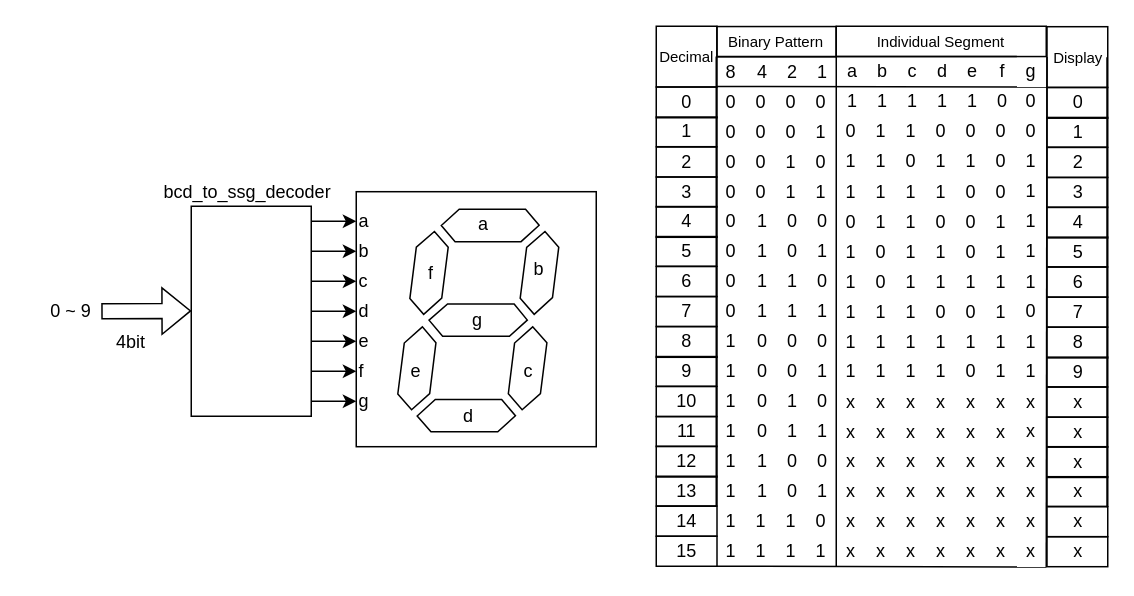
Before: page "figure_14" (14 of 25) of assets/images/2021-12-21-verilogHDL_chapter3_combinational_logic/시스템_반도체_설계_3장.drawio in ParkDongho/ParkDongho.github.io, a draw.io diagram. Source tidied: cells renumbered, new cells numbered last; positions are measured from the earlier drawing's top-left corner, leaving out a move shared by most shapes. Both pictures are drawn from the tidied source at 150%, with x=0, y=0 at pixel (26, 26).
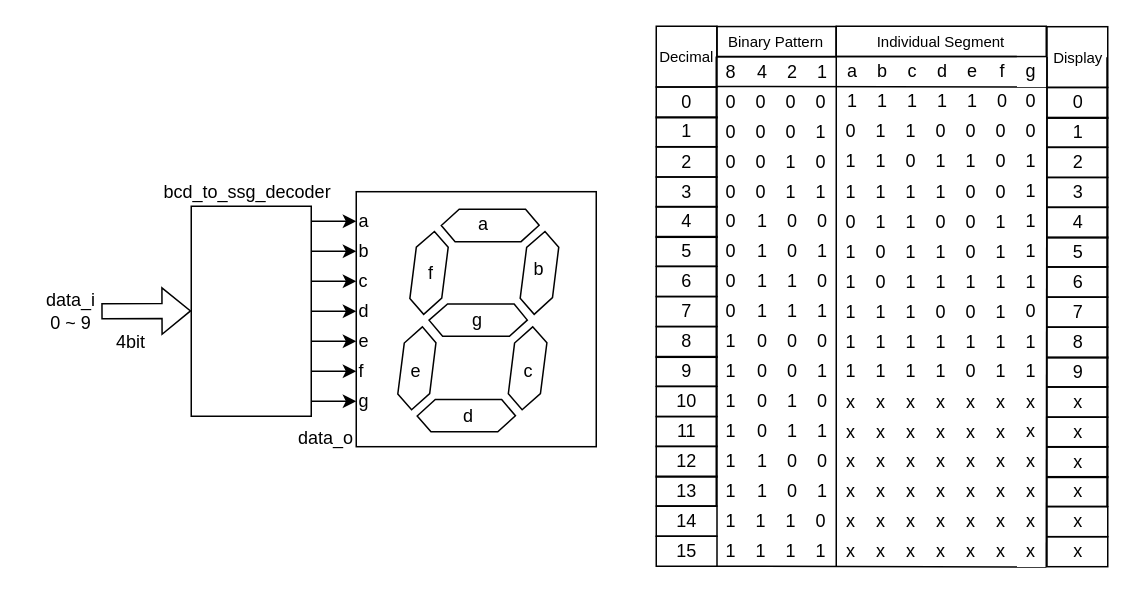
Above is the later version.

The edit, as a diff of the source:
```diff
@@
-    <mxCell id="4" value="0 ~ 9" style="text;html=1;strokeColor=none;fillColor=none;align=center;verticalAlign=middle;whiteSpace=wrap;rounded=0;" parent="1" vertex="1">
+    <mxCell id="4" value="data_i&lt;br&gt;0 ~ 9" style="text;html=1;strokeColor=none;fillColor=none;align=center;verticalAlign=middle;whiteSpace=wrap;rounded=0;" parent="1" vertex="1">
       <mxGeometry y="175" width="60" height="30" as="geometry" />
     </mxCell>
@@
+    <mxCell id="262" value="data_o" style="text;html=1;strokeColor=none;fillColor=none;align=center;verticalAlign=middle;whiteSpace=wrap;rounded=0;" parent="1" vertex="1">
+      <mxGeometry x="170" y="260" width="60" height="30" as="geometry" />
+    </mxCell>
```
